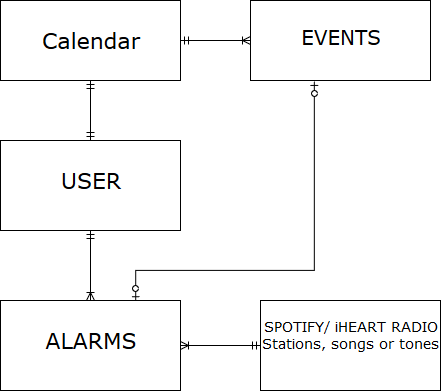
The draw.io diagram docs/erd.png in austindewitt13/RightonTime, before a commit. Source tidied: cells renumbered, new cells last; positions are measured from the earlier drawing's top-left corner, leaving out a move shared by most shapes. The source it was exported from:
```xml
<mxGraphModel background="#ffffff">
  <root>
    <mxCell id="0" />
    <mxCell id="1" parent="0" />
    <mxCell id="2" style="edgeStyle=orthogonalEdgeStyle;rounded=0;jettySize=auto;html=1;startArrow=ERmandOne;startFill=0;endArrow=ERoneToMany;endFill=0;" parent="1" edge="1" source="3" target="4">
      <mxGeometry relative="1" as="geometry" />
    </mxCell>
    <mxCell id="3" value="&lt;div style=&quot;font-size: 22px&quot; align=&quot;center&quot;&gt;&lt;font style=&quot;font-size: 22px&quot;&gt;&lt;br&gt;&lt;/font&gt;&lt;/div&gt;&lt;div style=&quot;font-size: 22px&quot; align=&quot;center&quot;&gt;&lt;font style=&quot;font-size: 22px&quot;&gt;Calendar&lt;/font&gt;&lt;/div&gt;" style="verticalAlign=top;align=left;overflow=fill;html=1;rounded=0;shadow=0;comic=0;labelBackgroundColor=none;strokeColor=#000000;strokeWidth=1;fillColor=#ffffff;fontFamily=Verdana;fontSize=12;fontColor=#000000;" parent="1" vertex="1">
      <mxGeometry width="180" height="80" as="geometry" />
    </mxCell>
    <mxCell id="4" value="&lt;div style=&quot;font-size: 20px&quot; align=&quot;center&quot;&gt;&lt;font style=&quot;font-size: 20px&quot;&gt;&lt;br&gt;&lt;/font&gt;&lt;/div&gt;&lt;div style=&quot;font-size: 20px&quot; align=&quot;center&quot;&gt;&lt;font style=&quot;font-size: 20px&quot;&gt;EVENTS&lt;/font&gt;&lt;/div&gt;" style="verticalAlign=top;align=left;overflow=fill;html=1;rounded=0;shadow=0;comic=0;labelBackgroundColor=none;strokeColor=#000000;strokeWidth=1;fillColor=#ffffff;fontFamily=Verdana;fontSize=12;fontColor=#000000;" parent="1" vertex="1">
      <mxGeometry x="250" width="180" height="80" as="geometry" />
    </mxCell>
    <mxCell id="5" style="edgeStyle=orthogonalEdgeStyle;html=1;entryX=0.5;entryY=0;labelBackgroundColor=none;startArrow=ERmandOne;endArrow=ERoneToMany;fontFamily=Verdana;fontSize=12;align=left;" parent="1" edge="1" source="7">
      <mxGeometry relative="1" as="geometry">
        <mxPoint x="90" y="300" as="targetPoint" />
      </mxGeometry>
    </mxCell>
    <mxCell id="6" style="edgeStyle=orthogonalEdgeStyle;rounded=0;jettySize=auto;html=1;startArrow=ERmandOne;startFill=0;endArrow=ERmandOne;endFill=0;" parent="1" edge="1" source="7" target="3">
      <mxGeometry relative="1" as="geometry" />
    </mxCell>
    <mxCell id="7" value="&lt;div align=&quot;center&quot;&gt;&lt;font style=&quot;font-size: 22px&quot;&gt;&lt;br&gt;&lt;/font&gt;&lt;/div&gt;&lt;div align=&quot;center&quot;&gt;&lt;font style=&quot;font-size: 22px&quot;&gt;USER&lt;/font&gt;&lt;/div&gt;" style="verticalAlign=top;align=left;overflow=fill;html=1;rounded=0;shadow=0;comic=0;labelBackgroundColor=none;strokeColor=#000000;strokeWidth=1;fillColor=#ffffff;fontFamily=Verdana;fontSize=12;fontColor=#000000;" parent="1" vertex="1">
      <mxGeometry y="140" width="180" height="90" as="geometry" />
    </mxCell>
    <mxCell id="8" style="edgeStyle=orthogonalEdgeStyle;rounded=0;jettySize=auto;html=1;startArrow=ERoneToMany;startFill=0;endArrow=ERmandOne;endFill=0;" parent="1" edge="1" source="10" target="11">
      <mxGeometry relative="1" as="geometry" />
    </mxCell>
    <mxCell id="9" style="edgeStyle=orthogonalEdgeStyle;rounded=0;jettySize=auto;html=1;exitX=0.75;exitY=0;exitDx=0;exitDy=0;endArrow=ERzeroToOne;endFill=1;entryX=0.355;entryY=1.012;entryDx=0;entryDy=0;entryPerimeter=0;startArrow=ERzeroToOne;startFill=1;" parent="1" edge="1" source="10" target="4">
      <mxGeometry relative="1" as="geometry">
        <Array as="points">
          <mxPoint x="135" y="270" />
          <mxPoint x="314" y="270" />
        </Array>
      </mxGeometry>
    </mxCell>
    <mxCell id="10" value="&lt;div align=&quot;center&quot;&gt;&lt;font style=&quot;font-size: 22px&quot;&gt;&lt;br&gt;&lt;/font&gt;&lt;/div&gt;&lt;div align=&quot;center&quot;&gt;&lt;font style=&quot;font-size: 22px&quot;&gt;ALARMS&lt;/font&gt;&lt;/div&gt;" style="verticalAlign=top;align=left;overflow=fill;html=1;rounded=0;shadow=0;comic=0;labelBackgroundColor=none;strokeColor=#000000;strokeWidth=1;fillColor=#ffffff;fontFamily=Verdana;fontSize=12;fontColor=#000000;" parent="1" vertex="1">
      <mxGeometry y="300" width="180" height="90" as="geometry" />
    </mxCell>
    <mxCell id="11" value="&lt;div style=&quot;font-size: 14px&quot; align=&quot;center&quot;&gt;&lt;font style=&quot;font-size: 14px&quot;&gt;&lt;br&gt;&lt;/font&gt;&lt;/div&gt;&lt;div style=&quot;font-size: 14px&quot; align=&quot;center&quot;&gt;&lt;font style=&quot;font-size: 14px&quot;&gt;SPOTIFY/ iHEART RADIO &lt;br&gt;&lt;/font&gt;&lt;/div&gt;&lt;div style=&quot;font-size: 14px&quot; align=&quot;center&quot;&gt;&lt;font style=&quot;font-size: 14px&quot;&gt;Stations, songs or tones&lt;/font&gt;&lt;br&gt;&lt;/div&gt;" style="verticalAlign=top;align=left;overflow=fill;html=1;rounded=0;shadow=0;comic=0;labelBackgroundColor=none;strokeColor=#000000;strokeWidth=1;fillColor=#ffffff;fontFamily=Verdana;fontSize=12;fontColor=#000000;" parent="1" vertex="1">
      <mxGeometry x="260" y="300" width="180" height="90" as="geometry" />
    </mxCell>
  </root>
</mxGraphModel>
```
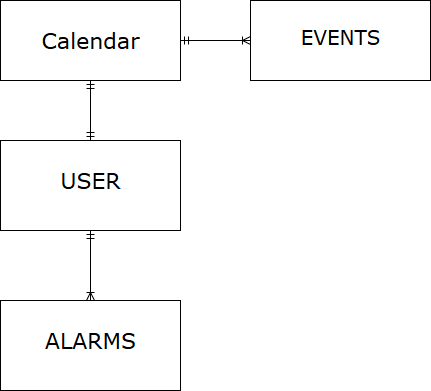
Later version of the same file.

The edit, as a diff of the source:
```diff
@@ -22,22 +22,8 @@
     <mxCell id="7" value="&lt;div align=&quot;center&quot;&gt;&lt;font style=&quot;font-size: 22px&quot;&gt;&lt;br&gt;&lt;/font&gt;&lt;/div&gt;&lt;div align=&quot;center&quot;&gt;&lt;font style=&quot;font-size: 22px&quot;&gt;USER&lt;/font&gt;&lt;/div&gt;" style="verticalAlign=top;align=left;overflow=fill;html=1;rounded=0;shadow=0;comic=0;labelBackgroundColor=none;strokeColor=#000000;strokeWidth=1;fillColor=#ffffff;fontFamily=Verdana;fontSize=12;fontColor=#000000;" parent="1" vertex="1">
       <mxGeometry y="140" width="180" height="90" as="geometry" />
     </mxCell>
-    <mxCell id="8" style="edgeStyle=orthogonalEdgeStyle;rounded=0;jettySize=auto;html=1;startArrow=ERoneToMany;startFill=0;endArrow=ERmandOne;endFill=0;" parent="1" edge="1" source="10" target="11">
-      <mxGeometry relative="1" as="geometry" />
-    </mxCell>
-    <mxCell id="9" style="edgeStyle=orthogonalEdgeStyle;rounded=0;jettySize=auto;html=1;exitX=0.75;exitY=0;exitDx=0;exitDy=0;endArrow=ERzeroToOne;endFill=1;entryX=0.355;entryY=1.012;entryDx=0;entryDy=0;entryPerimeter=0;startArrow=ERzeroToOne;startFill=1;" parent="1" edge="1" source="10" target="4">
-      <mxGeometry relative="1" as="geometry">
-        <Array as="points">
-          <mxPoint x="135" y="270" />
-          <mxPoint x="314" y="270" />
-        </Array>
-      </mxGeometry>
-    </mxCell>
     <mxCell id="10" value="&lt;div align=&quot;center&quot;&gt;&lt;font style=&quot;font-size: 22px&quot;&gt;&lt;br&gt;&lt;/font&gt;&lt;/div&gt;&lt;div align=&quot;center&quot;&gt;&lt;font style=&quot;font-size: 22px&quot;&gt;ALARMS&lt;/font&gt;&lt;/div&gt;" style="verticalAlign=top;align=left;overflow=fill;html=1;rounded=0;shadow=0;comic=0;labelBackgroundColor=none;strokeColor=#000000;strokeWidth=1;fillColor=#ffffff;fontFamily=Verdana;fontSize=12;fontColor=#000000;" parent="1" vertex="1">
       <mxGeometry y="300" width="180" height="90" as="geometry" />
     </mxCell>
-    <mxCell id="11" value="&lt;div style=&quot;font-size: 14px&quot; align=&quot;center&quot;&gt;&lt;font style=&quot;font-size: 14px&quot;&gt;&lt;br&gt;&lt;/font&gt;&lt;/div&gt;&lt;div style=&quot;font-size: 14px&quot; align=&quot;center&quot;&gt;&lt;font style=&quot;font-size: 14px&quot;&gt;SPOTIFY/ iHEART RADIO &lt;br&gt;&lt;/font&gt;&lt;/div&gt;&lt;div style=&quot;font-size: 14px&quot; align=&quot;center&quot;&gt;&lt;font style=&quot;font-size: 14px&quot;&gt;Stations, songs or tones&lt;/font&gt;&lt;br&gt;&lt;/div&gt;" style="verticalAlign=top;align=left;overflow=fill;html=1;rounded=0;shadow=0;comic=0;labelBackgroundColor=none;strokeColor=#000000;strokeWidth=1;fillColor=#ffffff;fontFamily=Verdana;fontSize=12;fontColor=#000000;" parent="1" vertex="1">
-      <mxGeometry x="260" y="300" width="180" height="90" as="geometry" />
-    </mxCell>
   </root>
 </mxGraphModel>
```
